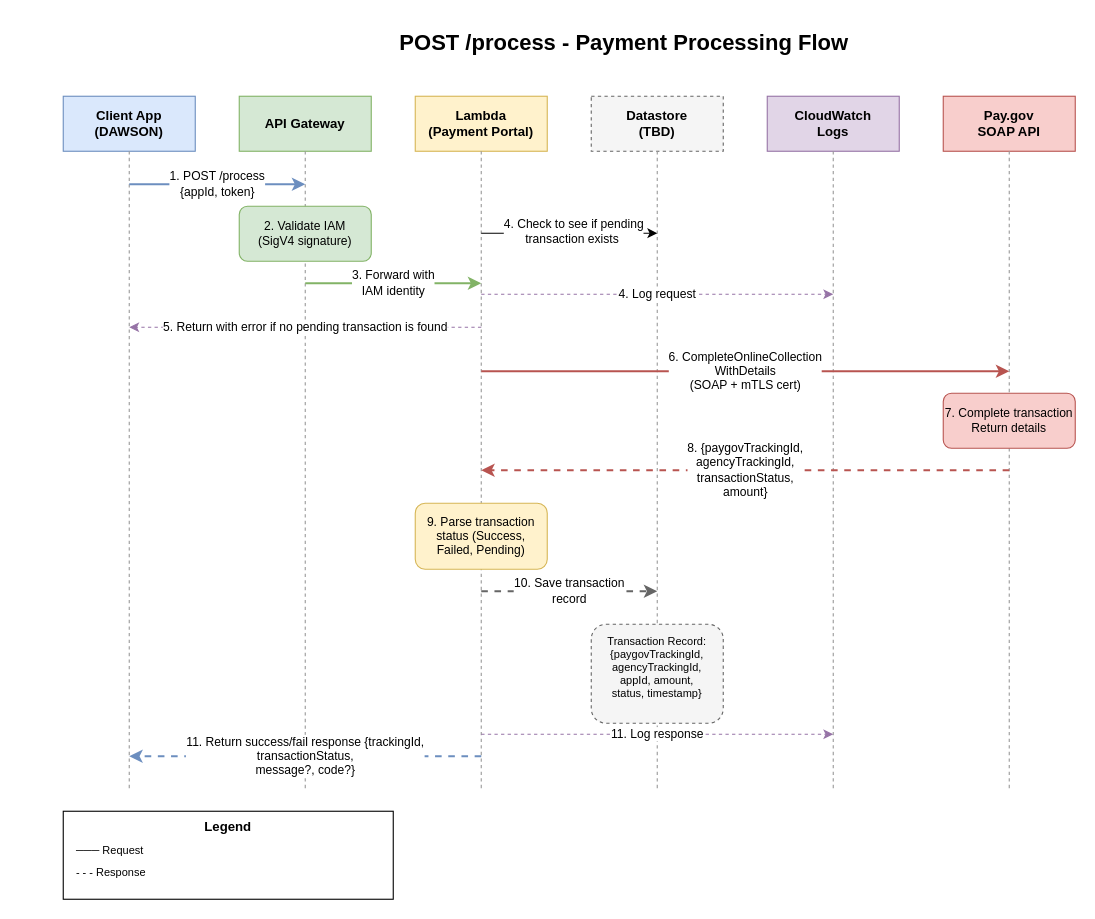
Earlier version of the draw.io diagram docs/diagrams/process-payment-flow.drawio (ustaxcourt/ustc-payment-portal). Source tidied: cells renumbered, new cells numbered last; positions are measured from the earlier drawing's top-left corner, leaving out a move shared by most shapes. Both pictures are drawn from the tidied source at 110%, with x=0, y=0 at pixel (63, 19).
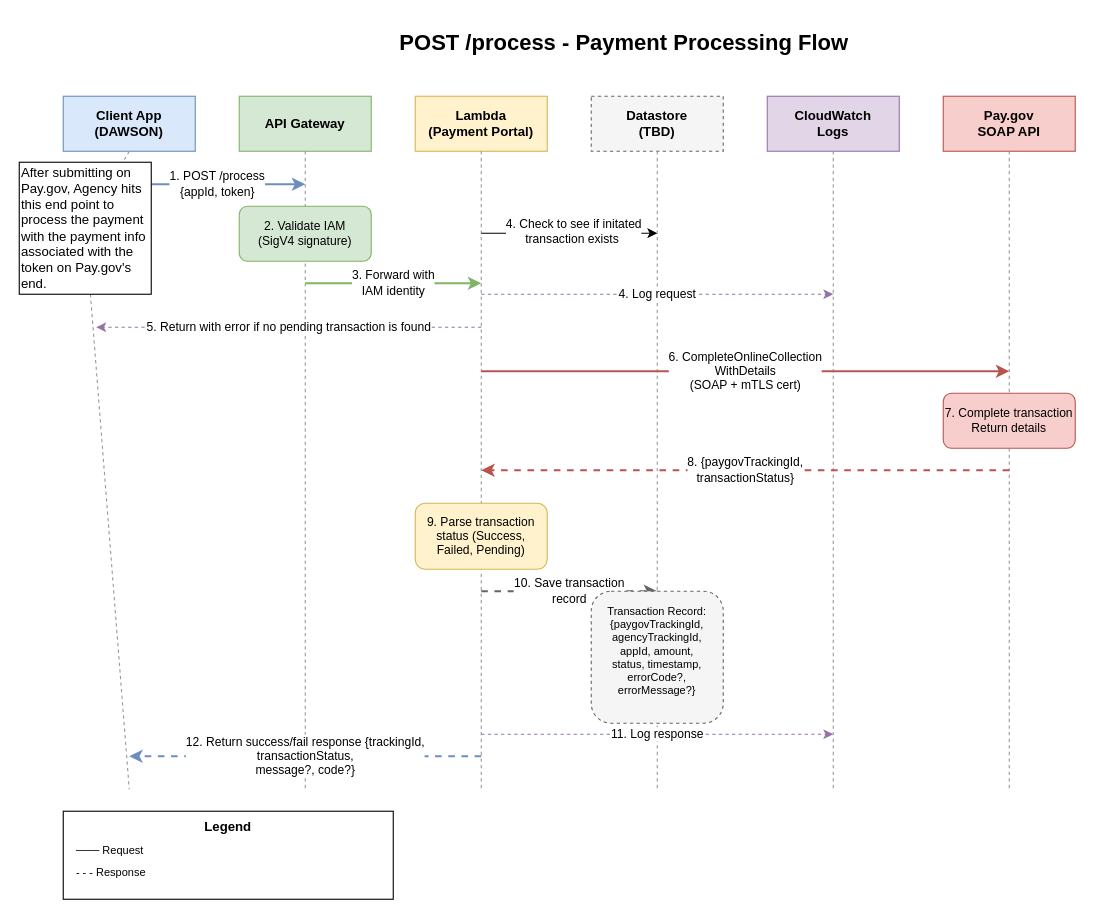
After the change.

The change refers to these unchanged cells:
```xml
<mxCell id="30" style="endArrow=classic;html=1;" parent="1" edge="1">
  <mxGeometry relative="1" as="geometry">
    <mxPoint x="380" y="194.5" as="sourcePoint" />
    <mxPoint x="540" y="194.5" as="targetPoint" />
  </mxGeometry>
</mxCell>
```

Diff of the diagram source:
```diff
@@
-    <mxCell id="9" style="endArrow=none;dashed=1;html=1;strokeWidth=1;strokeColor=#999999;" parent="1" edge="1">
+    <mxCell id="9" style="endArrow=none;dashed=1;html=1;strokeWidth=1;strokeColor=#999999;" parent="1" edge="1" source="34">
       <mxGeometry relative="1" as="geometry">
-        <mxPoint x="60" y="120" as="sourcePoint" />
         <mxPoint x="60" y="700" as="targetPoint" />
       </mxGeometry>
     </mxCell>
@@
-    <mxCell id="21" value="8. {paygovTrackingId,&lt;br&gt;agencyTrackingId,&lt;br&gt;transactionStatus,&lt;br&gt;amount}" style="edgeStyle=orthogonalEdgeStyle;rounded=0;orthogonalLoop=1;jettySize=auto;html=1;strokeWidth=2;dashed=1;strokeColor=#b85450;" parent="1" edge="1">
+    <mxCell id="21" value="8. {paygovTrackingId,&lt;br&gt;transactionStatus}" style="edgeStyle=orthogonalEdgeStyle;rounded=0;orthogonalLoop=1;jettySize=auto;html=1;strokeWidth=2;dashed=1;strokeColor=#b85450;" parent="1" edge="1">
       <mxGeometry relative="1" as="geometry">
         <mxPoint x="860" y="410" as="sourcePoint" />
         <mxPoint x="380" y="410" as="targetPoint" />
       </mxGeometry>
     </mxCell>
@@
-    <mxCell id="24" value="Transaction Record:&lt;br&gt;{paygovTrackingId,&lt;br&gt;agencyTrackingId,&lt;br&gt;appId, amount,&lt;br&gt;status, timestamp}&lt;div&gt;&lt;br/&gt;&lt;/div&gt;" style="rounded=1;whiteSpace=wrap;html=1;fillColor=#f5f5f5;strokeColor=#666666;fontSize=10;dashed=1;" parent="1" vertex="1">
-      <mxGeometry x="480" y="550" width="120" height="90" as="geometry" />
+    <mxCell id="24" value="Transaction Record:&lt;br&gt;{paygovTrackingId,&lt;br&gt;agencyTrackingId,&lt;br&gt;appId, amount,&lt;br&gt;status, timestamp, errorCode?, errorMessage?}&lt;div&gt;&lt;br&gt;&lt;/div&gt;" style="rounded=1;whiteSpace=wrap;html=1;fillColor=#f5f5f5;strokeColor=#666666;fontSize=10;dashed=1;" parent="1" vertex="1">
+      <mxGeometry x="480" y="520" width="120" height="120" as="geometry" />
     </mxCell>
@@
-    <mxCell id="26" value="11. Return success/fail response {trackingId,&lt;br&gt;transactionStatus,&lt;br&gt;message?, code?}" style="edgeStyle=orthogonalEdgeStyle;rounded=0;orthogonalLoop=1;jettySize=auto;html=1;strokeWidth=2;dashed=1;strokeColor=#6c8ebf;" parent="1" edge="1">
+    <mxCell id="26" value="12. Return success/fail response {trackingId,&lt;br&gt;transactionStatus,&lt;br&gt;message?, code?}" style="edgeStyle=orthogonalEdgeStyle;rounded=0;orthogonalLoop=1;jettySize=auto;html=1;strokeWidth=2;dashed=1;strokeColor=#6c8ebf;" parent="1" edge="1">
       <mxGeometry relative="1" as="geometry">
         <mxPoint x="380" y="670" as="sourcePoint" />
         <mxPoint x="60" y="670" as="targetPoint" />
       </mxGeometry>
     </mxCell>
@@
-    <mxCell id="31" value="4. Check to see if pending&lt;div&gt;transaction exists&amp;nbsp;&lt;/div&gt;" style="edgeLabel;html=1;align=center;verticalAlign=middle;" parent="30" vertex="1">
+    <mxCell id="31" value="4. Check to see if initated&lt;div&gt;transaction exists&amp;nbsp;&lt;/div&gt;" style="edgeLabel;html=1;align=center;verticalAlign=middle;" parent="30" vertex="1">
       <mxGeometry x="0.04" y="3" relative="1" as="geometry">
         <mxPoint y="1" as="offset" />
       </mxGeometry>
     </mxCell>
     <mxCell id="32" value="5. Return with error if no pending transaction is found" style="edgeStyle=orthogonalEdgeStyle;rounded=0;orthogonalLoop=1;jettySize=auto;html=1;strokeWidth=1;dashed=1;strokeColor=#9673a6;" parent="1" edge="1">
       <mxGeometry relative="1" as="geometry">
         <mxPoint x="380" y="280" as="sourcePoint" />
-        <mxPoint x="60" y="280" as="targetPoint" />
+        <mxPoint x="30" y="280" as="targetPoint" />
       </mxGeometry>
     </mxCell>
+    <mxCell id="33" style="endArrow=none;dashed=1;html=1;strokeWidth=1;strokeColor=#999999;" parent="1" edge="1" target="34">
+      <mxGeometry relative="1" as="geometry">
+        <mxPoint x="60" y="120" as="sourcePoint" />
+      </mxGeometry>
+    </mxCell>
+    <mxCell id="34" value="After submitting on Pay.gov, Agency hits this end point to process the payment with the payment info associated with the token on Pay.gov's end." style="whiteSpace=wrap;html=1;align=left;" parent="1" vertex="1">
+      <mxGeometry x="-40" y="130" width="120" height="120" as="geometry" />
+    </mxCell>
```
